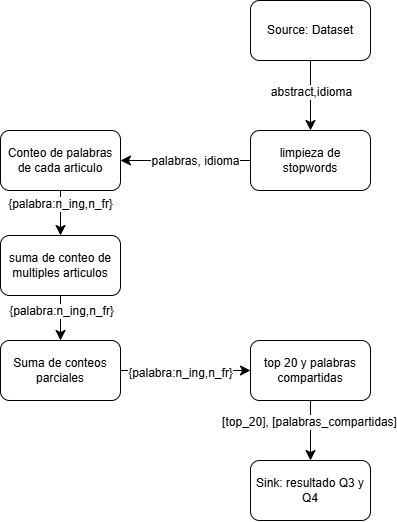
Before: diseño/diagramas/DAG_Q3y4.png, a diagram exported from draw.io (LuccaMarino/tp-grupal_Distribuidos). Source tidied: cells renumbered, new cells last; positions are measured from the earlier drawing's top-left corner, leaving out a move shared by most shapes.
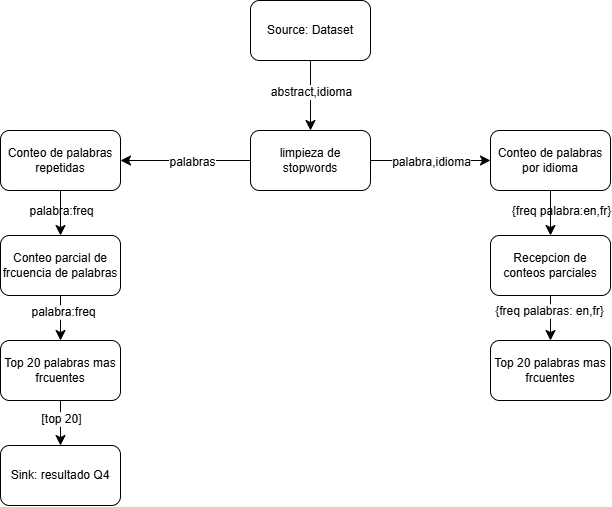
After the change.

Diff of the diagram source:
```diff
@@ -11,55 +11,77 @@
     <mxCell id="4" value="Source: Dataset" style="rounded=1;whiteSpace=wrap;html=1;roundedPerimeter=1;" parent="1" vertex="1">
       <mxGeometry x="250" width="120" height="60" as="geometry" />
     </mxCell>
-    <mxCell id="5" style="edgeStyle=none;curved=1;rounded=0;curveGeometry=1;jettySize=auto;html=1;fontSize=12;startSize=8;endSize=8;entryX=1;entryY=0.5;entryDx=0;entryDy=0;" parent="1" edge="1" source="7" target="16">
-      <mxGeometry relative="1" as="geometry" />
-    </mxCell>
-    <mxCell id="6" value="palabras, idioma" style="edgeLabel;html=1;align=center;verticalAlign=middle;fontSize=12;" parent="5" vertex="1">
-      <mxGeometry x="-0.14" relative="1" as="geometry" />
-    </mxCell>
+    <mxCell id="21" style="edgeStyle=none;curved=1;rounded=0;curveGeometry=1;jettySize=auto;html=1;fontSize=12;startSize=8;endSize=8;entryX=1;entryY=0.5;entryDx=0;entryDy=0;" parent="1" edge="1" source="7" target="31">
+      <mxGeometry relative="1" as="geometry" />
+    </mxCell>
+    <mxCell id="22" value="palabra:freq" style="edgeLabel;html=1;align=center;verticalAlign=middle;fontSize=12;" parent="21" vertex="1">
+      <mxGeometry x="-0.14" relative="1" as="geometry">
+        <mxPoint x="-134" y="50" as="offset" />
+      </mxGeometry>
+    </mxCell>
+    <mxCell id="23" value="palabras" style="edgeLabel;html=1;align=center;verticalAlign=middle;inheritText=1;fontSize=12;" parent="21" vertex="1">
+      <mxGeometry x="-0.09" y="1" relative="1" as="geometry" />
+    </mxCell>
+    <mxCell id="24" style="edgeStyle=none;curved=1;rounded=0;curveGeometry=1;jettySize=auto;html=1;fontSize=12;defaultLabelBackgroundColor=page;startSize=8;endSize=8;" parent="1" edge="1" source="7" target="33">
+      <mxGeometry relative="1" as="geometry" />
+    </mxCell>
+    <mxCell id="25" value="{freq palabra:en,fr}" style="edgeLabel;html=1;align=center;verticalAlign=middle;inheritText=1;fontSize=12;defaultLabelBackgroundColor=page;" parent="24" vertex="1">
+      <mxGeometry x="-0.14" y="1" relative="1" as="geometry">
+        <mxPoint x="138" y="51" as="offset" />
+      </mxGeometry>
+    </mxCell>
+    <mxCell id="26" value="palabra,idioma" style="edgeLabel;html=1;align=center;verticalAlign=middle;inheritText=1;fontSize=12;defaultLabelBackgroundColor=page;" parent="24" vertex="1">
+      <mxGeometry y="-1" relative="1" as="geometry" />
+    </mxCell>
     <mxCell id="7" value="limpieza de stopwords" style="rounded=1;whiteSpace=wrap;html=1;roundedPerimeter=1;" parent="1" vertex="1">
       <mxGeometry x="250" y="130" width="120" height="60" as="geometry" />
     </mxCell>
-    <mxCell id="8" style="edgeStyle=none;curved=1;rounded=0;curveGeometry=1;jettySize=auto;html=1;entryX=0.5;entryY=0;entryDx=0;entryDy=0;fontSize=12;startSize=8;endSize=8;" parent="1" edge="1" source="10" target="13">
-      <mxGeometry relative="1" as="geometry" />
-    </mxCell>
-    <mxCell id="9" value="{palabra:n_ing,n_fr}" style="edgeLabel;html=1;align=center;verticalAlign=middle;fontSize=12;" parent="8" vertex="1">
-      <mxGeometry x="-0.46" y="-3" relative="1" as="geometry">
-        <mxPoint x="3" y="3" as="offset" />
-      </mxGeometry>
-    </mxCell>
-    <mxCell id="10" value="suma de conteo de multiples articulos" style="rounded=1;whiteSpace=wrap;html=1;roundedPerimeter=1;" parent="1" vertex="1">
-      <mxGeometry y="235" width="120" height="60" as="geometry" />
-    </mxCell>
-    <mxCell id="11" style="edgeStyle=none;curved=1;rounded=0;curveGeometry=1;jettySize=auto;html=1;fontSize=12;startSize=8;endSize=8;entryX=0;entryY=0.5;entryDx=0;entryDy=0;" parent="1" edge="1" source="13" target="19">
-      <mxGeometry relative="1" as="geometry" />
-    </mxCell>
-    <mxCell id="12" value="{palabra:n_ing,n_fr}" style="edgeLabel;html=1;align=center;verticalAlign=middle;fontSize=12;" parent="11" vertex="1">
-      <mxGeometry x="-0.09" y="-2" relative="1" as="geometry" />
-    </mxCell>
-    <mxCell id="13" value="Suma de conteos parciales" style="rounded=1;whiteSpace=wrap;html=1;roundedPerimeter=1;" parent="1" vertex="1">
-      <mxGeometry y="340" width="120" height="60" as="geometry" />
-    </mxCell>
-    <mxCell id="14" style="edgeStyle=none;curved=1;rounded=0;curveGeometry=1;jettySize=auto;html=1;fontSize=12;startSize=8;endSize=8;" parent="1" edge="1" source="16" target="10">
-      <mxGeometry relative="1" as="geometry" />
-    </mxCell>
-    <mxCell id="15" value="{palabra:n_ing,n_fr}" style="edgeLabel;html=1;align=center;verticalAlign=middle;fontSize=12;" parent="14" vertex="1">
-      <mxGeometry x="-0.43" y="-1" relative="1" as="geometry" />
-    </mxCell>
-    <mxCell id="16" value="Conteo de palabras de cada articulo" style="rounded=1;whiteSpace=wrap;html=1;" parent="1" vertex="1">
-      <mxGeometry y="130" width="120" height="60" as="geometry" />
-    </mxCell>
-    <mxCell id="17" style="edgeStyle=none;curved=1;rounded=0;curveGeometry=1;jettySize=auto;html=1;fontSize=12;startSize=8;endSize=8;" parent="1" edge="1" source="19" target="20">
-      <mxGeometry relative="1" as="geometry" />
-    </mxCell>
-    <mxCell id="18" value="[top_20], [palabras_compartidas]" style="edgeLabel;html=1;align=center;verticalAlign=middle;fontSize=12;" parent="17" vertex="1">
-      <mxGeometry x="-0.29" y="-2" relative="1" as="geometry" />
-    </mxCell>
-    <mxCell id="19" value="top 20 y palabras compartidas" style="rounded=1;whiteSpace=wrap;html=1;roundedPerimeter=1;" parent="1" vertex="1">
-      <mxGeometry x="250" y="340" width="120" height="60" as="geometry" />
-    </mxCell>
-    <mxCell id="20" value="Sink: resultado Q3 y Q4" style="rounded=1;whiteSpace=wrap;html=1;roundedPerimeter=1;" parent="1" vertex="1">
-      <mxGeometry x="250" y="460" width="120" height="60" as="geometry" />
-    </mxCell>
+    <mxCell id="27" style="edgeStyle=none;curved=1;rounded=0;curveGeometry=1;jettySize=auto;html=1;entryX=0.5;entryY=0;entryDx=0;entryDy=0;fontSize=12;defaultLabelBackgroundColor=page;startSize=8;endSize=8;" parent="1" edge="1" source="29" target="36">
+      <mxGeometry relative="1" as="geometry" />
+    </mxCell>
+    <mxCell id="28" value="palabra:freq" style="edgeLabel;html=1;align=center;verticalAlign=middle;inheritText=1;fontSize=12;defaultLabelBackgroundColor=page;" parent="27" vertex="1">
+      <mxGeometry x="-0.29" y="2" relative="1" as="geometry" />
+    </mxCell>
+    <mxCell id="29" value="Conteo parcial de frcuencia de palabras" style="rounded=1;whiteSpace=wrap;html=1;roundedPerimeter=1;" parent="1" vertex="1">
+      <mxGeometry y="235" width="120" height="60" as="geometry" />
+    </mxCell>
+    <mxCell id="30" style="edgeStyle=none;curved=1;rounded=0;curveGeometry=1;jettySize=auto;html=1;fontSize=12;startSize=8;endSize=8;" parent="1" edge="1" source="31" target="29">
+      <mxGeometry relative="1" as="geometry" />
+    </mxCell>
+    <mxCell id="31" value="Conteo de palabras repetidas" style="rounded=1;whiteSpace=wrap;html=1;" parent="1" vertex="1">
+      <mxGeometry y="130" width="120" height="60" as="geometry" />
+    </mxCell>
+    <mxCell id="32" style="edgeStyle=none;curved=1;rounded=0;curveGeometry=1;jettySize=auto;html=1;fontSize=12;defaultLabelBackgroundColor=page;startSize=8;endSize=8;" parent="1" edge="1" source="33" target="39">
+      <mxGeometry relative="1" as="geometry" />
+    </mxCell>
+    <mxCell id="33" value="Conteo de palabras por idioma" style="rounded=1;whiteSpace=wrap;html=1;roundedPerimeter=1;" parent="1" vertex="1">
+      <mxGeometry x="490" y="130" width="120" height="60" as="geometry" />
+    </mxCell>
+    <mxCell id="34" style="edgeStyle=none;curved=1;rounded=0;curveGeometry=1;jettySize=auto;html=1;entryX=0.5;entryY=0;entryDx=0;entryDy=0;fontSize=12;defaultLabelBackgroundColor=page;startSize=8;endSize=8;" parent="1" edge="1" source="36" target="40">
+      <mxGeometry relative="1" as="geometry" />
+    </mxCell>
+    <mxCell id="35" value="[top 20]" style="edgeLabel;html=1;align=center;verticalAlign=middle;inheritText=1;fontSize=12;defaultLabelBackgroundColor=page;" parent="34" vertex="1">
+      <mxGeometry x="-0.2" relative="1" as="geometry" />
+    </mxCell>
+    <mxCell id="36" value="Top 20 palabras mas frcuentes" style="rounded=1;whiteSpace=wrap;html=1;roundedPerimeter=1;" parent="1" vertex="1">
+      <mxGeometry y="340" width="120" height="60" as="geometry" />
+    </mxCell>
+    <mxCell id="37" style="edgeStyle=none;curved=1;rounded=0;curveGeometry=1;jettySize=auto;html=1;entryX=0.5;entryY=0;entryDx=0;entryDy=0;fontSize=12;defaultLabelBackgroundColor=page;startSize=8;endSize=8;" parent="1" edge="1" source="39">
+      <mxGeometry relative="1" as="geometry">
+        <mxPoint x="550" y="340" as="targetPoint" />
+      </mxGeometry>
+    </mxCell>
+    <mxCell id="38" value="{freq palabras: en,fr}" style="edgeLabel;html=1;align=center;verticalAlign=middle;inheritText=1;fontSize=12;defaultLabelBackgroundColor=page;" parent="37" vertex="1">
+      <mxGeometry x="-0.32" y="-2" relative="1" as="geometry" />
+    </mxCell>
+    <mxCell id="39" value="Recepcion de conteos parciales" style="rounded=1;whiteSpace=wrap;html=1;roundedPerimeter=1;" parent="1" vertex="1">
+      <mxGeometry x="490" y="235" width="120" height="60" as="geometry" />
+    </mxCell>
+    <mxCell id="40" value="Sink: resultado Q4" style="rounded=1;whiteSpace=wrap;html=1;roundedPerimeter=1;" parent="1" vertex="1">
+      <mxGeometry y="445" width="120" height="60" as="geometry" />
+    </mxCell>
+    <mxCell id="41" value="Top 20 palabras mas frcuentes" style="rounded=1;whiteSpace=wrap;html=1;roundedPerimeter=1;" parent="1" vertex="1">
+      <mxGeometry x="490" y="340" width="120" height="60" as="geometry" />
+    </mxCell>
   </root>
 </mxGraphModel>
```
